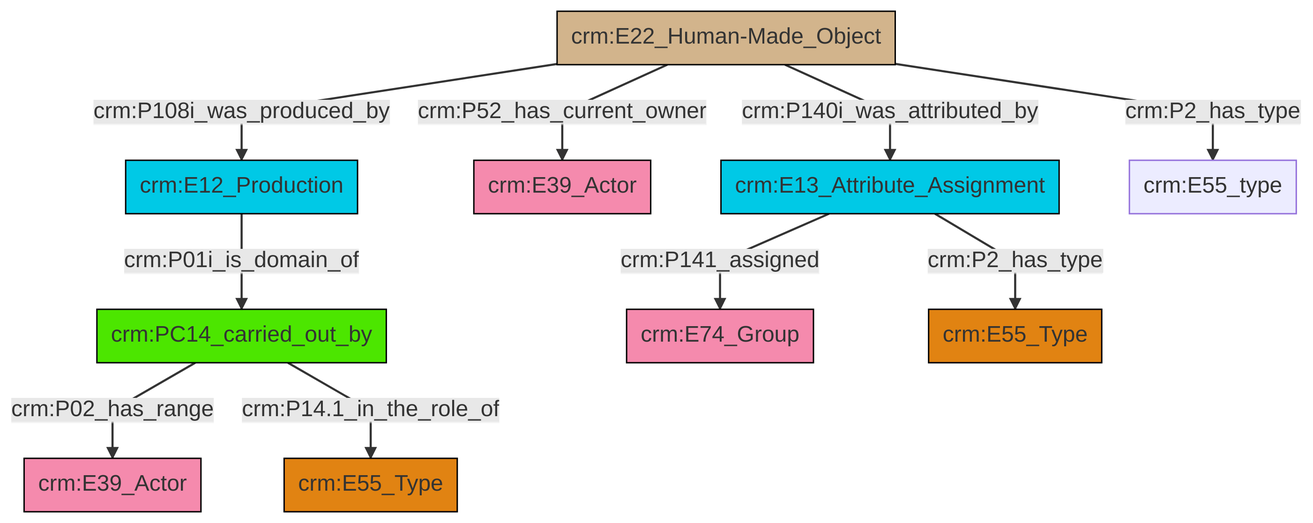
swiss-art-research-net/docs.swissartresearch keeps this Mermaid diagram as et/builtWorkCSV/ttl/mmd/png/Built_Work_actor_relations.png. Above is the earlier version. Its source is kept beside it as et/builtWorkCSV/ttl/mmd/Built_Work_actor_relations.ttl.mmd.
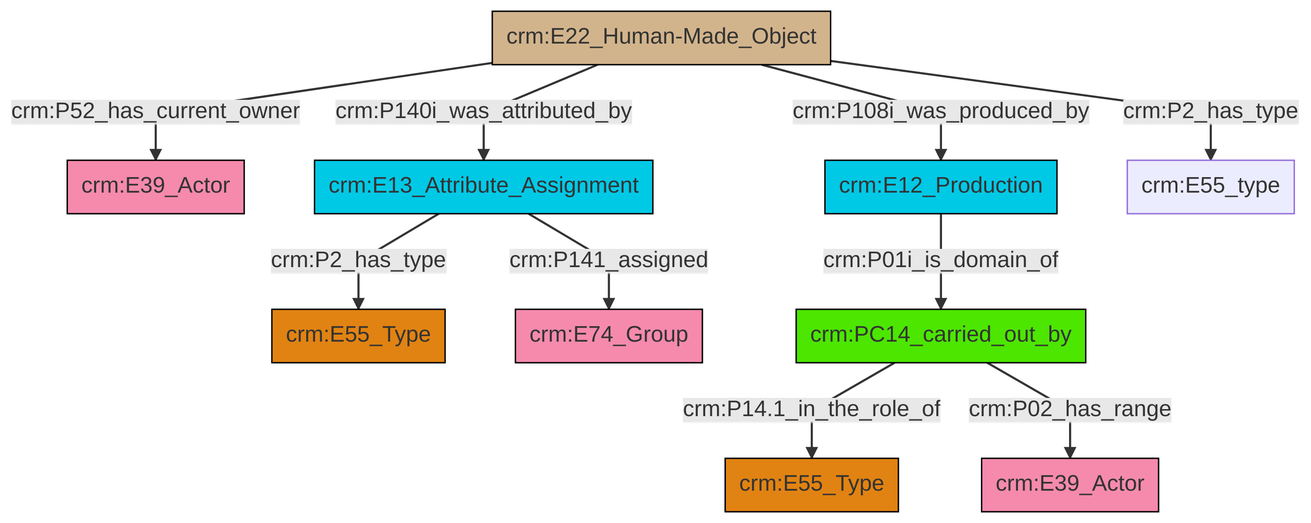
Above is the later version.

Change to the diagram source:
```diff
@@ -13,12 +13,12 @@
 classDef PC_Classes fill:#4ce600, stroke:#000000;
 classDef Multi fill:#cccccc,stroke:#000000;
 
-0["crm:E22_Human-Made_Object"]:::Physical_Thing -->|crm:P140i_was_attributed_by| 1["crm:E13_Attribute_Assignment"]:::Temporal_Entity
-5["crm:PC14_carried_out_by"]:::PC_Classes -->|crm:P02_has_range| 6["crm:E39_Actor"]:::Actor
-1["crm:E13_Attribute_Assignment"]:::Temporal_Entity -->|crm:P141_assigned| 7["crm:E74_Group"]:::Actor
-0["crm:E22_Human-Made_Object"]:::Physical_Thing -->|crm:P52_has_current_owner| 3["crm:E39_Actor"]:::Actor
-0["crm:E22_Human-Made_Object"]:::Physical_Thing -->|crm:P108i_was_produced_by| 12["crm:E12_Production"]:::Temporal_Entity
-0["crm:E22_Human-Made_Object"]:::Physical_Thing -->|crm:P2_has_type| 13["crm:E55_type"]:::Default
-5["crm:PC14_carried_out_by"]:::PC_Classes -->|crm:P14.1_in_the_role_of| 15["crm:E55_Type"]:::Type
-12["crm:E12_Production"]:::Temporal_Entity -->|crm:P01i_is_domain_of| 5["crm:PC14_carried_out_by"]:::PC_Classes
-1["crm:E13_Attribute_Assignment"]:::Temporal_Entity -->|crm:P2_has_type| 9["crm:E55_Type"]:::Type
+4["crm:E22_Human-Made_Object"]:::Physical_Thing -->|crm:P52_has_current_owner| 5["crm:E39_Actor"]:::Actor
+8["crm:E13_Attribute_Assignment"]:::Temporal_Entity -->|crm:P141_assigned| 9["crm:E74_Group"]:::Actor
+8["crm:E13_Attribute_Assignment"]:::Temporal_Entity -->|crm:P2_has_type| 0["crm:E55_Type"]:::Type
+11["crm:PC14_carried_out_by"]:::PC_Classes -->|crm:P14.1_in_the_role_of| 2["crm:E55_Type"]:::Type
+15["crm:E12_Production"]:::Temporal_Entity -->|crm:P01i_is_domain_of| 11["crm:PC14_carried_out_by"]:::PC_Classes
+4["crm:E22_Human-Made_Object"]:::Physical_Thing -->|crm:P140i_was_attributed_by| 8["crm:E13_Attribute_Assignment"]:::Temporal_Entity
+4["crm:E22_Human-Made_Object"]:::Physical_Thing -->|crm:P2_has_type| 19["crm:E55_type"]:::Default
+4["crm:E22_Human-Made_Object"]:::Physical_Thing -->|crm:P108i_was_produced_by| 15["crm:E12_Production"]:::Temporal_Entity
+11["crm:PC14_carried_out_by"]:::PC_Classes -->|crm:P02_has_range| 6["crm:E39_Actor"]:::Actor
```
